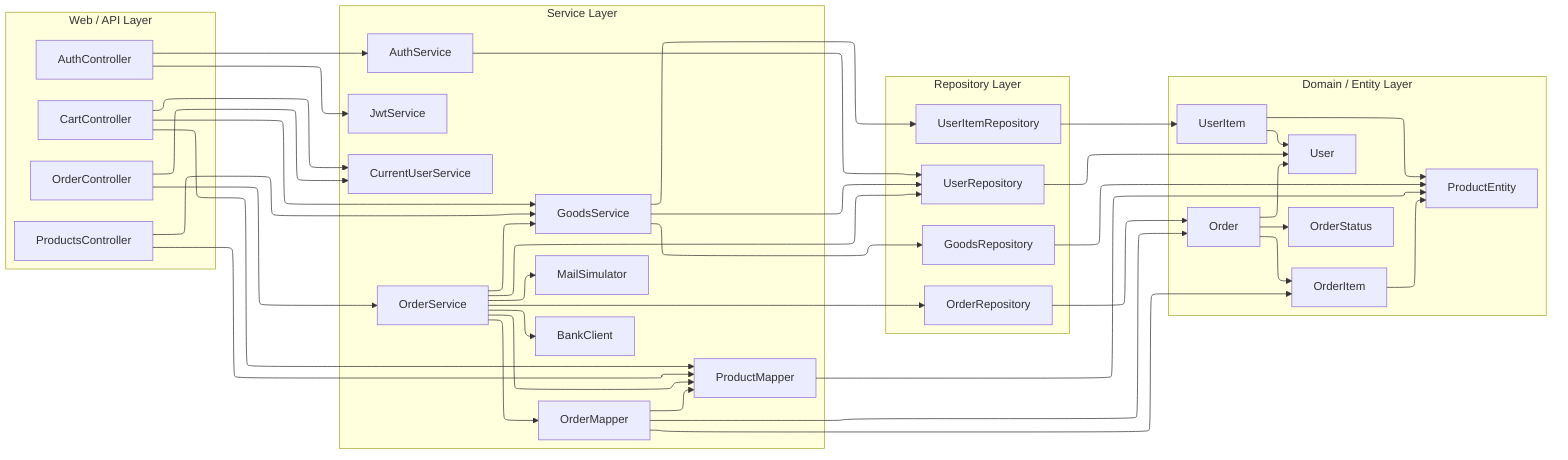
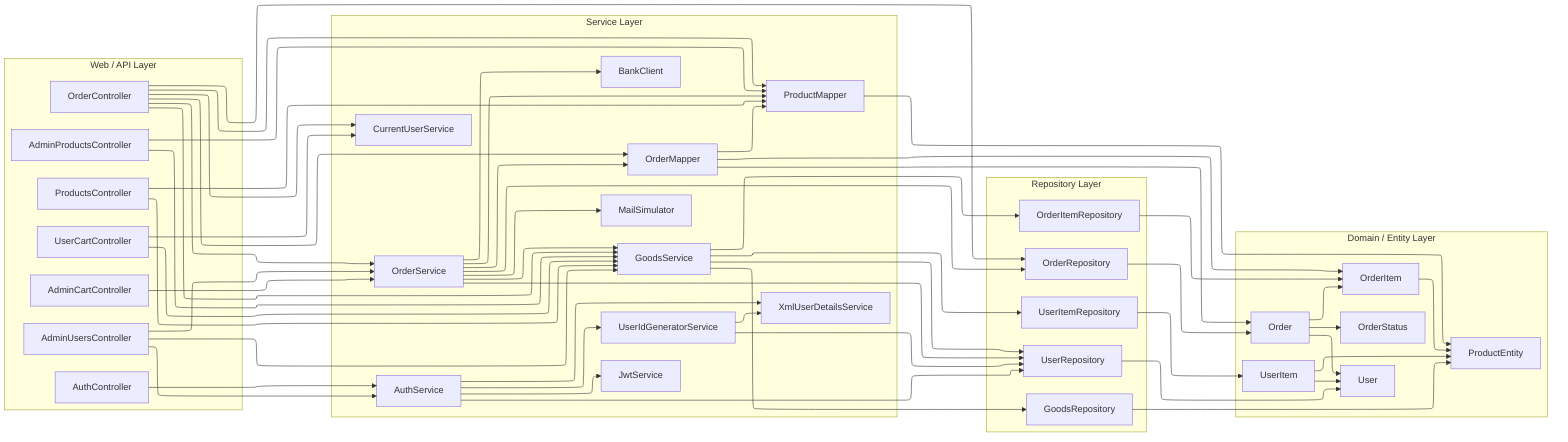
---
config:
  layout: elk
---
flowchart LR
 subgraph Controllers["Web / API Layer"]
    direction TB
        OrderController["OrderController"]
        ProductsController["ProductsController"]
-         CartController["CartController"]
+         UserCartController["UserCartController"]
        AuthController["AuthController"]
+         AdminProductsController["AdminProductsController"]
+         AdminUsersController["AdminUsersController"]
+         AdminCartController["AdminCartController"]
  end
 subgraph Services["Service Layer"]
    direction TB
        OrderService["OrderService"]
        GoodsService["GoodsService"]
        AuthService["AuthService"]
        OrderMapper["OrderMapper"]
        ProductMapper["ProductMapper"]
        BankClient["BankClient"]
        MailSimulator["MailSimulator"]
        JwtService["JwtService"]
        CurrentUserService["CurrentUserService"]
+         XmlUserDetailsService["XmlUserDetailsService"]
+         UserIdGeneratorService["UserIdGeneratorService"]
  end
 subgraph Repositories["Repository Layer"]
    direction TB
        OrderRepository["OrderRepository"]
        GoodsRepository["GoodsRepository"]
        UserItemRepository["UserItemRepository"]
        UserRepository["UserRepository"]
+         OrderItemRepository["OrderItemRepository"]
  end
 subgraph Entities["Domain / Entity Layer"]
    direction TB
        Order["Order"]
        OrderItem["OrderItem"]
        User["User"]
        UserItem["UserItem"]
        ProductEntity["ProductEntity"]
        OrderStatus["OrderStatus"]
  end
    OrderController --> OrderService
    OrderController --> CurrentUserService
+     OrderController --> OrderMapper
+     OrderController --> ProductMapper
+     OrderController --> OrderRepository
+     OrderController --> GoodsService
    ProductsController --> GoodsService
    ProductsController --> ProductMapper
-     CartController --> GoodsService
-     CartController --> ProductMapper
-     CartController --> CurrentUserService
+     UserCartController --> GoodsService
+     UserCartController --> CurrentUserService
    AuthController --> AuthService
-     AuthController --> JwtService
+     AdminProductsController --> GoodsService
+     AdminProductsController --> ProductMapper
+     AdminUsersController --> AuthService
+     AdminUsersController --> GoodsService
+     AdminUsersController --> OrderService
+     AdminCartController --> OrderService
    OrderService --> OrderRepository
    OrderService --> GoodsService
    OrderService --> OrderMapper
    OrderService --> ProductMapper
    OrderService --> UserRepository
    OrderService --> BankClient
    OrderService --> MailSimulator
    GoodsService --> GoodsRepository
    GoodsService --> UserItemRepository
    GoodsService --> UserRepository
+     GoodsService --> OrderItemRepository
    AuthService --> UserRepository
+     AuthService --> JwtService
+     AuthService --> XmlUserDetailsService
+     AuthService --> UserIdGeneratorService
+     UserIdGeneratorService --> UserRepository
+     UserIdGeneratorService --> XmlUserDetailsService
    OrderRepository --> Order
    UserItemRepository --> UserItem
    GoodsRepository --> ProductEntity
    UserRepository --> User
+     OrderItemRepository --> OrderItem
    OrderMapper --> Order
    OrderMapper --> OrderItem
    OrderMapper --> ProductMapper
    ProductMapper --> ProductEntity
    Order --> OrderItem
    Order --> User
    Order --> OrderStatus
    OrderItem --> ProductEntity
    UserItem --> User
    UserItem --> ProductEntity
